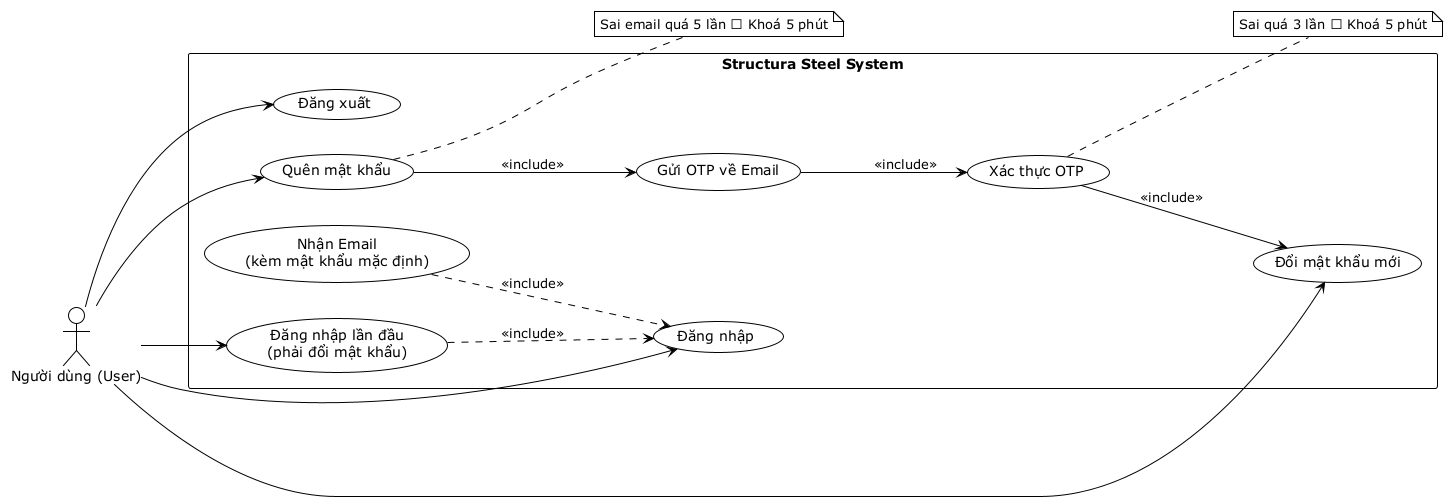
This is out/Chapter 5/Usecase/Usecase_Authentication/Usecase_Authentication.png from AndrewNguyen-05/structura-uml, a PlantUML export, as it was before one commit. Source of this version:
```plantuml
@startuml Usecase_Authentication
!theme plain

left to right direction
actor "Người dùng (User)" as User

rectangle "Structura Steel System" {

    usecase "Đăng nhập" as UC_Login
    usecase "Đăng xuất" as UC_Logout

    usecase "Đăng nhập lần đầu\n(phải đổi mật khẩu)" as UC_FirstLoginChange
    usecase "Quên mật khẩu" as UC_ForgotPassword
    usecase "Gửi OTP về Email" as UC_SendOtp
    usecase "Xác thực OTP" as UC_VerifyOtp
    usecase "Đổi mật khẩu mới" as UC_ResetPassword

    usecase "Nhận Email\n(kèm mật khẩu mặc định)" as UC_ReceiveEmail

}

User --> UC_Login
User --> UC_Logout
User --> UC_ForgotPassword
User --> UC_FirstLoginChange
User --> UC_ResetPassword

UC_ForgotPassword --> UC_SendOtp : <<include>>
UC_SendOtp --> UC_VerifyOtp : <<include>>
UC_VerifyOtp --> UC_ResetPassword : <<include>>

note right of UC_VerifyOtp
Sai quá 3 lần → Khoá 5 phút
end note

note right of UC_ForgotPassword
Sai email quá 5 lần → Khoá 5 phút
end note

UC_ReceiveEmail ..> UC_Login : <<include>>
UC_FirstLoginChange ..> UC_Login : <<include>>

@enduml
```
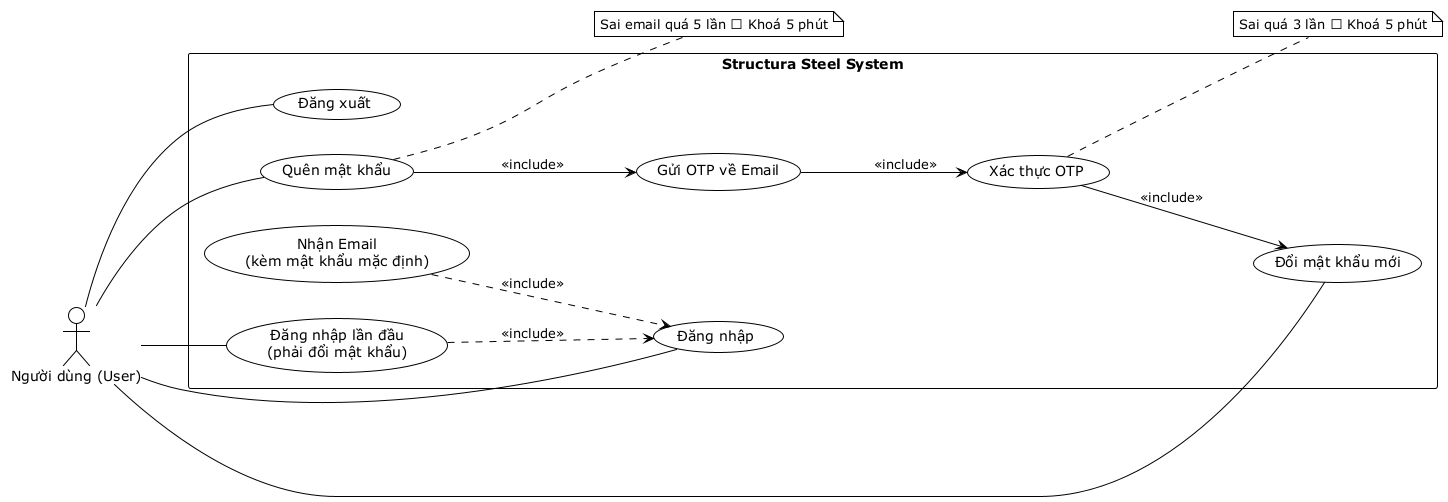
Above is the later version.

Change to the diagram source:
```diff
@@ -19,11 +19,11 @@
 
 }
 
-User --> UC_Login
-User --> UC_Logout
-User --> UC_ForgotPassword
-User --> UC_FirstLoginChange
-User --> UC_ResetPassword
+User -- UC_Login
+User -- UC_Logout
+User -- UC_ForgotPassword
+User -- UC_FirstLoginChange
+User -- UC_ResetPassword
 
 UC_ForgotPassword --> UC_SendOtp : <<include>>
 UC_SendOtp --> UC_VerifyOtp : <<include>>
```
